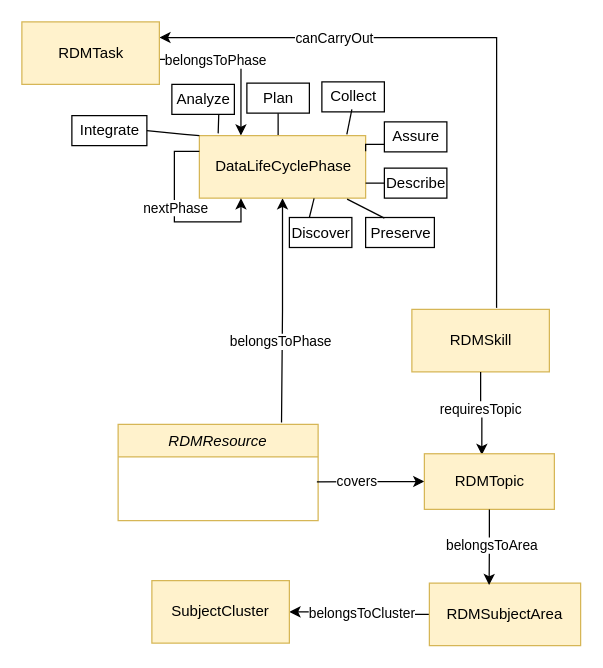
This is visualisations/RDM_Module.drawio from data-literacy-alliance/dalia-ontology, a draw.io file, before an edit. Source tidied: cells renumbered, new cells numbered last; positions are measured from the earlier drawing's top-left corner, leaving out a move shared by most shapes. Both pictures are drawn from the tidied source at 125%, with x=0, y=0 at pixel (21, 21).
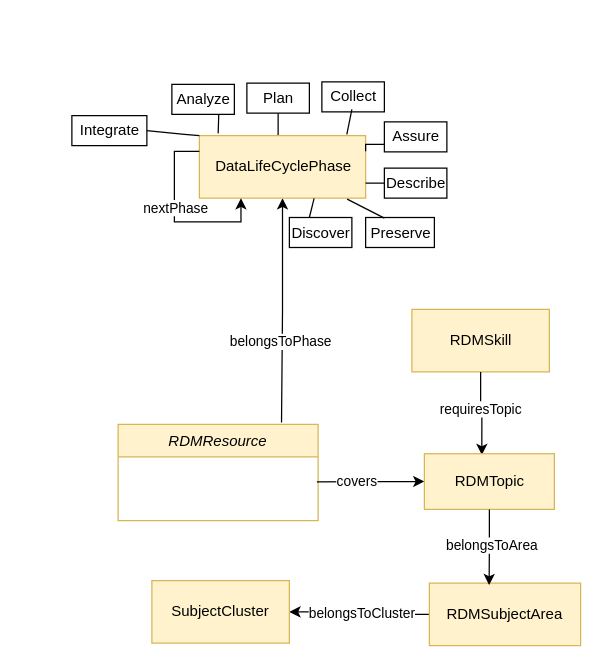
The same diagram, later.

Unchanged cells that the change refers to:
```xml
<mxCell id="7" value="DataLifeCyclePhase" style="html=1;fillColor=#fff2cc;strokeColor=#d6b656;" parent="1" vertex="1">
  <mxGeometry x="142" y="91" width="133" height="50" as="geometry" />
</mxCell>
<mxCell id="14" value="RDMSkill" style="html=1;fillColor=#fff2cc;strokeColor=#d6b656;" parent="1" vertex="1">
  <mxGeometry x="312" y="230" width="110" height="50" as="geometry" />
</mxCell>
```

Change to the diagram source:
```diff
@@
-    <mxCell id="5" style="edgeStyle=orthogonalEdgeStyle;rounded=0;jettySize=auto;html=1;exitX=0.25;exitY=0;exitDx=0;exitDy=0;entryX=1;entryY=0.5;entryDx=0;entryDy=0;endArrow=none;endFill=0;startArrow=classic;startFill=1;" parent="1" edge="1" source="7" target="13">
-      <mxGeometry relative="1" as="geometry">
-        <Array as="points">
-          <mxPoint x="175" y="30" />
-          <mxPoint x="110" y="30" />
-        </Array>
-      </mxGeometry>
-    </mxCell>
-    <mxCell id="6" value="belongsToPhase" style="edgeLabel;html=1;align=center;verticalAlign=middle;" parent="5" vertex="1">
-      <mxGeometry x="0.27" relative="1" as="geometry">
-        <mxPoint x="1" as="offset" />
-      </mxGeometry>
-    </mxCell>
@@
-    <mxCell id="11" style="edgeStyle=orthogonalEdgeStyle;rounded=0;jettySize=auto;html=1;exitX=1;exitY=0.25;exitDx=0;exitDy=0;entryX=0.616;entryY=-0.024;entryDx=0;entryDy=0;entryPerimeter=0;endArrow=none;endFill=0;startArrow=classic;startFill=1;" parent="1" edge="1" source="13" target="14">
-      <mxGeometry relative="1" as="geometry" />
-    </mxCell>
-    <mxCell id="12" value="canCarryOut" style="edgeLabel;html=1;align=center;verticalAlign=middle;" parent="11" vertex="1">
-      <mxGeometry x="-0.43" relative="1" as="geometry" />
-    </mxCell>
-    <mxCell id="13" value="RDMTask" style="html=1;fillColor=#fff2cc;strokeColor=#d6b656;" parent="1" vertex="1">
-      <mxGeometry width="110" height="50" as="geometry" />
-    </mxCell>
```
